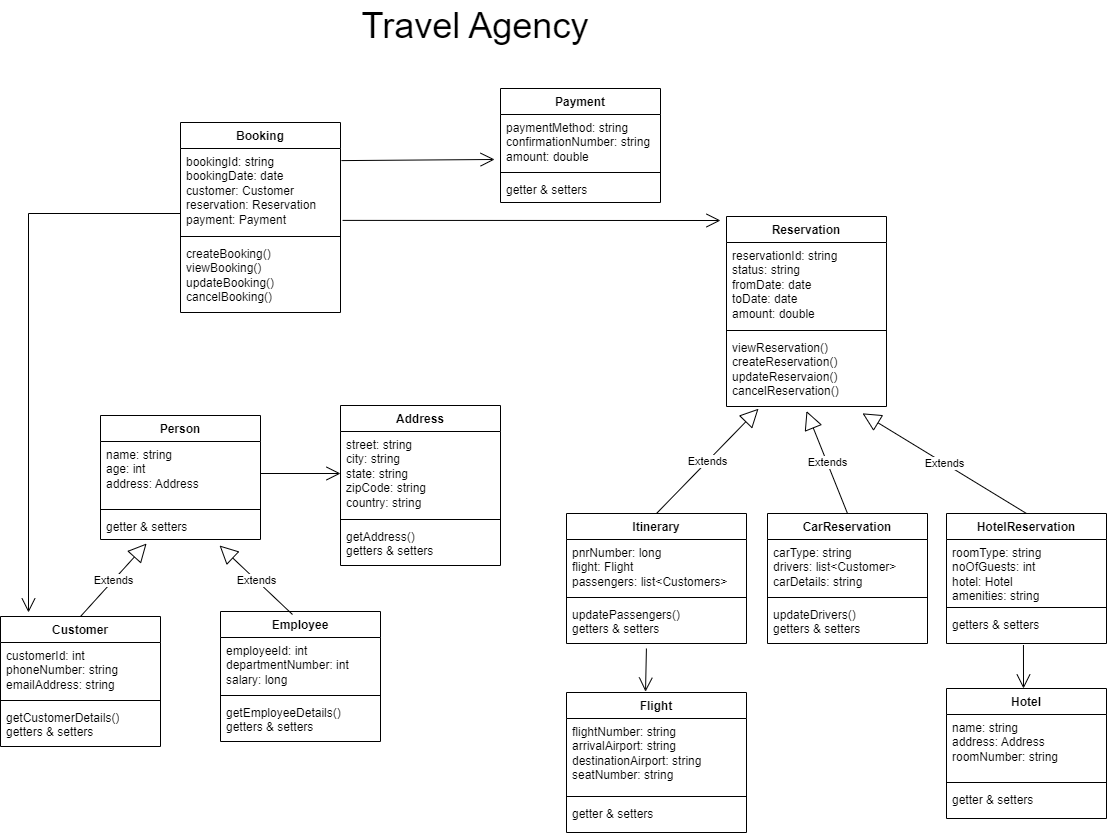
Before: TravelAgency.drawio.png, a diagram exported from draw.io (saranyag-solvd/Task-2-HW). Source tidied: cells renumbered, new cells last; positions are measured from the earlier drawing's top-left corner, leaving out a move shared by most shapes. The source it was exported from:
```xml
<mxGraphModel>
  <root>
    <mxCell id="0" />
    <mxCell id="1" parent="0" />
    <mxCell id="2" value="Person" style="swimlane;fontStyle=1;align=center;verticalAlign=top;horizontal=1;startSize=26;whiteSpace=wrap;html=1;" parent="1" vertex="1">
      <mxGeometry x="100" y="415" width="160" height="124" as="geometry" />
    </mxCell>
    <mxCell id="3" value="name: string&lt;br&gt;age: int&lt;br&gt;address: Address" style="text;strokeColor=none;fillColor=none;align=left;verticalAlign=top;spacingLeft=4;spacingRight=4;overflow=hidden;points=[[0,0.5],[1,0.5]];portConstraint=eastwest;whiteSpace=wrap;html=1;" parent="2" vertex="1">
      <mxGeometry y="26" width="160" height="64" as="geometry" />
    </mxCell>
    <mxCell id="4" style="line;strokeWidth=1;fillColor=none;align=left;verticalAlign=middle;spacingTop=-1;spacingLeft=3;spacingRight=3;labelPosition=right;strokeColor=inherit;" parent="2" vertex="1">
      <mxGeometry y="90" width="160" height="8" as="geometry" />
    </mxCell>
    <mxCell id="5" value="getter &amp;amp; setters" style="text;strokeColor=none;fillColor=none;align=left;verticalAlign=top;spacingLeft=4;spacingRight=4;overflow=hidden;points=[[0,0.5],[1,0.5]];portConstraint=eastwest;whiteSpace=wrap;html=1;" parent="2" vertex="1">
      <mxGeometry y="98" width="160" height="26" as="geometry" />
    </mxCell>
    <mxCell id="6" value="Customer" style="swimlane;fontStyle=1;align=center;verticalAlign=top;horizontal=1;startSize=26;whiteSpace=wrap;html=1;" parent="1" vertex="1">
      <mxGeometry y="616" width="160" height="130" as="geometry" />
    </mxCell>
    <mxCell id="7" value="customerId: int&lt;br&gt;phoneNumber: string&lt;br&gt;emailAddress: string" style="text;strokeColor=none;fillColor=none;align=left;verticalAlign=top;spacingLeft=4;spacingRight=4;overflow=hidden;whiteSpace=wrap;html=1;" parent="6" vertex="1">
      <mxGeometry y="26" width="160" height="54" as="geometry" />
    </mxCell>
    <mxCell id="8" style="line;strokeWidth=1;fillColor=none;align=left;verticalAlign=middle;spacingTop=-1;spacingLeft=3;spacingRight=3;labelPosition=right;strokeColor=inherit;" parent="6" vertex="1">
      <mxGeometry y="80" width="160" height="8" as="geometry" />
    </mxCell>
    <mxCell id="9" value="getCustomerDetails()&lt;br&gt;getters &amp;amp; setters" style="text;strokeColor=none;fillColor=none;align=left;verticalAlign=top;spacingLeft=4;spacingRight=4;overflow=hidden;whiteSpace=wrap;html=1;" parent="6" vertex="1">
      <mxGeometry y="88" width="160" height="42" as="geometry" />
    </mxCell>
    <mxCell id="10" value="Employee" style="swimlane;fontStyle=1;align=center;verticalAlign=top;horizontal=1;startSize=26;whiteSpace=wrap;html=1;" parent="1" vertex="1">
      <mxGeometry x="220" y="611" width="160" height="130" as="geometry" />
    </mxCell>
    <mxCell id="11" value="employeeId: int&lt;br&gt;departmentNumber: int&lt;br&gt;salary: long" style="text;strokeColor=none;fillColor=none;align=left;verticalAlign=top;spacingLeft=4;spacingRight=4;overflow=hidden;whiteSpace=wrap;html=1;" parent="10" vertex="1">
      <mxGeometry y="26" width="160" height="54" as="geometry" />
    </mxCell>
    <mxCell id="12" style="line;strokeWidth=1;fillColor=none;align=left;verticalAlign=middle;spacingTop=-1;spacingLeft=3;spacingRight=3;labelPosition=right;strokeColor=inherit;" parent="10" vertex="1">
      <mxGeometry y="80" width="160" height="8" as="geometry" />
    </mxCell>
    <mxCell id="13" value="getEmployeeDetails()&lt;br&gt;getters &amp;amp; setters" style="text;strokeColor=none;fillColor=none;align=left;verticalAlign=top;spacingLeft=4;spacingRight=4;overflow=hidden;whiteSpace=wrap;html=1;" parent="10" vertex="1">
      <mxGeometry y="88" width="160" height="42" as="geometry" />
    </mxCell>
    <mxCell id="14" value="Address" style="swimlane;fontStyle=1;align=center;verticalAlign=top;horizontal=1;startSize=26;whiteSpace=wrap;html=1;" parent="1" vertex="1">
      <mxGeometry x="340" y="405" width="160" height="160" as="geometry" />
    </mxCell>
    <mxCell id="15" value="street: string&lt;br&gt;city: string&lt;br&gt;state: string&lt;br&gt;zipCode: string&lt;br&gt;country: string" style="text;strokeColor=none;fillColor=none;align=left;verticalAlign=top;spacingLeft=4;spacingRight=4;overflow=hidden;points=[[0,0.5],[1,0.5]];portConstraint=eastwest;whiteSpace=wrap;html=1;" parent="14" vertex="1">
      <mxGeometry y="26" width="160" height="84" as="geometry" />
    </mxCell>
    <mxCell id="16" style="line;strokeWidth=1;fillColor=none;align=left;verticalAlign=middle;spacingTop=-1;spacingLeft=3;spacingRight=3;labelPosition=right;strokeColor=inherit;" parent="14" vertex="1">
      <mxGeometry y="110" width="160" height="8" as="geometry" />
    </mxCell>
    <mxCell id="17" value="getAddress()&lt;br&gt;getters &amp;amp; setters" style="text;strokeColor=none;fillColor=none;align=left;verticalAlign=top;spacingLeft=4;spacingRight=4;overflow=hidden;whiteSpace=wrap;html=1;" parent="14" vertex="1">
      <mxGeometry y="118" width="160" height="42" as="geometry" />
    </mxCell>
    <mxCell id="18" value="Booking" style="swimlane;fontStyle=1;align=center;verticalAlign=top;horizontal=1;startSize=26;whiteSpace=wrap;html=1;" parent="1" vertex="1">
      <mxGeometry x="180" y="122" width="160" height="190" as="geometry" />
    </mxCell>
    <mxCell id="19" value="bookingId: string&lt;br&gt;bookingDate: date&lt;br&gt;customer: Customer&lt;br&gt;reservation: Reservation&lt;br&gt;payment: Payment" style="text;strokeColor=none;fillColor=none;align=left;verticalAlign=top;spacingLeft=4;spacingRight=4;overflow=hidden;points=[[0,0.5],[1,0.5]];portConstraint=eastwest;whiteSpace=wrap;html=1;" parent="18" vertex="1">
      <mxGeometry y="26" width="160" height="84" as="geometry" />
    </mxCell>
    <mxCell id="20" style="line;strokeWidth=1;fillColor=none;align=left;verticalAlign=middle;spacingTop=-1;spacingLeft=3;spacingRight=3;labelPosition=right;strokeColor=inherit;" parent="18" vertex="1">
      <mxGeometry y="110" width="160" height="8" as="geometry" />
    </mxCell>
    <mxCell id="21" value="createBooking()&lt;br&gt;viewBooking()&lt;br&gt;updateBooking()&lt;br&gt;cancelBooking()" style="text;strokeColor=none;fillColor=none;align=left;verticalAlign=top;spacingLeft=4;spacingRight=4;overflow=hidden;whiteSpace=wrap;html=1;" parent="18" vertex="1">
      <mxGeometry y="118" width="160" height="72" as="geometry" />
    </mxCell>
    <mxCell id="22" value="Itinerary" style="swimlane;fontStyle=1;align=center;verticalAlign=top;horizontal=1;startSize=26;whiteSpace=wrap;html=1;" parent="1" vertex="1">
      <mxGeometry x="566" y="513" width="180" height="130" as="geometry" />
    </mxCell>
    <mxCell id="23" value="pnrNumber: long&lt;br&gt;flight: Flight&lt;br&gt;passengers: list&amp;lt;Customers&amp;gt;" style="text;strokeColor=none;fillColor=none;align=left;verticalAlign=top;spacingLeft=4;spacingRight=4;overflow=hidden;whiteSpace=wrap;html=1;" parent="22" vertex="1">
      <mxGeometry y="26" width="180" height="54" as="geometry" />
    </mxCell>
    <mxCell id="24" style="line;strokeWidth=1;fillColor=none;align=left;verticalAlign=middle;spacingTop=-1;spacingLeft=3;spacingRight=3;labelPosition=right;strokeColor=inherit;" parent="22" vertex="1">
      <mxGeometry y="80" width="180" height="8" as="geometry" />
    </mxCell>
    <mxCell id="25" value="updatePassengers()&lt;br&gt;getters &amp;amp; setters" style="text;strokeColor=none;fillColor=none;align=left;verticalAlign=top;spacingLeft=4;spacingRight=4;overflow=hidden;points=[[0,0.5],[1,0.5]];portConstraint=eastwest;whiteSpace=wrap;html=1;" parent="22" vertex="1">
      <mxGeometry y="88" width="180" height="42" as="geometry" />
    </mxCell>
    <mxCell id="26" value="Reservation" style="swimlane;fontStyle=1;align=center;verticalAlign=top;horizontal=1;startSize=26;whiteSpace=wrap;html=1;" parent="1" vertex="1">
      <mxGeometry x="726" y="216" width="160" height="190" as="geometry" />
    </mxCell>
    <mxCell id="27" value="reservationId: string&lt;br&gt;status: string&lt;br&gt;fromDate: date&lt;br&gt;toDate: date&lt;br&gt;amount: double" style="text;strokeColor=none;fillColor=none;align=left;verticalAlign=top;spacingLeft=4;spacingRight=4;overflow=hidden;whiteSpace=wrap;html=1;" parent="26" vertex="1">
      <mxGeometry y="26" width="160" height="84" as="geometry" />
    </mxCell>
    <mxCell id="28" style="line;strokeWidth=1;fillColor=none;align=left;verticalAlign=middle;spacingTop=-1;spacingLeft=3;spacingRight=3;labelPosition=right;strokeColor=inherit;" parent="26" vertex="1">
      <mxGeometry y="110" width="160" height="8" as="geometry" />
    </mxCell>
    <mxCell id="29" value="viewReservation()&lt;br&gt;createReservation()&lt;br&gt;updateReservaion()&lt;br&gt;cancelReservation()" style="text;strokeColor=none;fillColor=none;align=left;verticalAlign=top;spacingLeft=4;spacingRight=4;overflow=hidden;points=[[0,0.5],[1,0.5]];portConstraint=eastwest;whiteSpace=wrap;html=1;" parent="26" vertex="1">
      <mxGeometry y="118" width="160" height="72" as="geometry" />
    </mxCell>
    <mxCell id="30" value="Payment" style="swimlane;fontStyle=1;align=center;verticalAlign=top;horizontal=1;startSize=26;whiteSpace=wrap;html=1;" parent="1" vertex="1">
      <mxGeometry x="500" y="88" width="160" height="114" as="geometry" />
    </mxCell>
    <mxCell id="31" value="paymentMethod: string&lt;br&gt;confirmationNumber: string&lt;br&gt;amount: double" style="text;strokeColor=none;fillColor=none;align=left;verticalAlign=top;spacingLeft=4;spacingRight=4;overflow=hidden;points=[[0,0.5],[1,0.5]];portConstraint=eastwest;whiteSpace=wrap;html=1;" parent="30" vertex="1">
      <mxGeometry y="26" width="160" height="54" as="geometry" />
    </mxCell>
    <mxCell id="32" style="line;strokeWidth=1;fillColor=none;align=left;verticalAlign=middle;spacingTop=-1;spacingLeft=3;spacingRight=3;labelPosition=right;strokeColor=inherit;" parent="30" vertex="1">
      <mxGeometry y="80" width="160" height="8" as="geometry" />
    </mxCell>
    <mxCell id="33" value="getter &amp;amp; setters" style="text;strokeColor=none;fillColor=none;align=left;verticalAlign=top;spacingLeft=4;spacingRight=4;overflow=hidden;whiteSpace=wrap;html=1;" parent="30" vertex="1">
      <mxGeometry y="88" width="160" height="26" as="geometry" />
    </mxCell>
    <mxCell id="34" value="Flight" style="swimlane;fontStyle=1;align=center;verticalAlign=top;horizontal=1;startSize=26;whiteSpace=wrap;html=1;" parent="1" vertex="1">
      <mxGeometry x="566" y="692" width="180" height="140" as="geometry" />
    </mxCell>
    <mxCell id="35" value="flightNumber: string&lt;br&gt;arrivalAirport: string&lt;br&gt;destinationAirport: string&lt;br&gt;seatNumber: string" style="text;strokeColor=none;fillColor=none;align=left;verticalAlign=top;spacingLeft=4;spacingRight=4;overflow=hidden;whiteSpace=wrap;html=1;" parent="34" vertex="1">
      <mxGeometry y="26" width="180" height="74" as="geometry" />
    </mxCell>
    <mxCell id="36" style="line;strokeWidth=1;fillColor=none;align=left;verticalAlign=middle;spacingTop=-1;spacingLeft=3;spacingRight=3;labelPosition=right;strokeColor=inherit;" parent="34" vertex="1">
      <mxGeometry y="100" width="180" height="8" as="geometry" />
    </mxCell>
    <mxCell id="37" value="getter &amp;amp; setters" style="text;strokeColor=none;fillColor=none;align=left;verticalAlign=top;spacingLeft=4;spacingRight=4;overflow=hidden;whiteSpace=wrap;html=1;" parent="34" vertex="1">
      <mxGeometry y="108" width="180" height="32" as="geometry" />
    </mxCell>
    <mxCell id="38" value="CarReservation" style="swimlane;fontStyle=1;align=center;verticalAlign=top;horizontal=1;startSize=26;whiteSpace=wrap;html=1;" parent="1" vertex="1">
      <mxGeometry x="767" y="513" width="160" height="130" as="geometry" />
    </mxCell>
    <mxCell id="39" value="carType: string&lt;br&gt;drivers: list&amp;lt;Customer&amp;gt;&lt;br&gt;carDetails: string" style="text;strokeColor=none;fillColor=none;align=left;verticalAlign=top;spacingLeft=4;spacingRight=4;overflow=hidden;whiteSpace=wrap;html=1;" parent="38" vertex="1">
      <mxGeometry y="26" width="160" height="54" as="geometry" />
    </mxCell>
    <mxCell id="40" style="line;strokeWidth=1;fillColor=none;align=left;verticalAlign=middle;spacingTop=-1;spacingLeft=3;spacingRight=3;labelPosition=right;strokeColor=inherit;" parent="38" vertex="1">
      <mxGeometry y="80" width="160" height="8" as="geometry" />
    </mxCell>
    <mxCell id="41" value="updateDrivers()&lt;br&gt;getters &amp;amp; setters" style="text;strokeColor=none;fillColor=none;align=left;verticalAlign=top;spacingLeft=4;spacingRight=4;overflow=hidden;whiteSpace=wrap;html=1;" parent="38" vertex="1">
      <mxGeometry y="88" width="160" height="42" as="geometry" />
    </mxCell>
    <mxCell id="42" value="HotelReservation" style="swimlane;fontStyle=1;align=center;verticalAlign=top;horizontal=1;startSize=26;whiteSpace=wrap;html=1;" parent="1" vertex="1">
      <mxGeometry x="946" y="513" width="160" height="130" as="geometry" />
    </mxCell>
    <mxCell id="43" value="roomType: string&lt;br&gt;noOfGuests: int&lt;br&gt;hotel: Hotel&lt;br&gt;amenities: string" style="text;strokeColor=none;fillColor=none;align=left;verticalAlign=top;spacingLeft=4;spacingRight=4;overflow=hidden;whiteSpace=wrap;html=1;" parent="42" vertex="1">
      <mxGeometry y="26" width="160" height="64" as="geometry" />
    </mxCell>
    <mxCell id="44" style="line;strokeWidth=1;fillColor=none;align=left;verticalAlign=middle;spacingTop=-1;spacingLeft=3;spacingRight=3;labelPosition=right;strokeColor=inherit;" parent="42" vertex="1">
      <mxGeometry y="90" width="160" height="8" as="geometry" />
    </mxCell>
    <mxCell id="45" value="getters &amp;amp; setters" style="text;strokeColor=none;fillColor=none;align=left;verticalAlign=top;spacingLeft=4;spacingRight=4;overflow=hidden;points=[[0,0.5],[1,0.5]];portConstraint=eastwest;whiteSpace=wrap;html=1;" parent="42" vertex="1">
      <mxGeometry y="98" width="160" height="32" as="geometry" />
    </mxCell>
    <mxCell id="46" value="Hotel" style="swimlane;fontStyle=1;align=center;verticalAlign=top;horizontal=1;startSize=26;whiteSpace=wrap;html=1;" parent="1" vertex="1">
      <mxGeometry x="946" y="688" width="160" height="130" as="geometry" />
    </mxCell>
    <mxCell id="47" value="name: string&lt;br&gt;address: Address&lt;br&gt;roomNumber: string" style="text;strokeColor=none;fillColor=none;align=left;verticalAlign=top;spacingLeft=4;spacingRight=4;overflow=hidden;whiteSpace=wrap;html=1;" parent="46" vertex="1">
      <mxGeometry y="26" width="160" height="64" as="geometry" />
    </mxCell>
    <mxCell id="48" style="line;strokeWidth=1;fillColor=none;align=left;verticalAlign=middle;spacingTop=-1;spacingLeft=3;spacingRight=3;labelPosition=right;strokeColor=inherit;" parent="46" vertex="1">
      <mxGeometry y="90" width="160" height="8" as="geometry" />
    </mxCell>
    <mxCell id="49" value="getter &amp;amp; setters" style="text;strokeColor=none;fillColor=none;align=left;verticalAlign=top;spacingLeft=4;spacingRight=4;overflow=hidden;whiteSpace=wrap;html=1;" parent="46" vertex="1">
      <mxGeometry y="98" width="160" height="32" as="geometry" />
    </mxCell>
    <mxCell id="50" style="endArrow=open;endFill=1;endSize=12;html=1;rounded=0;exitX=1;exitY=0.5;exitDx=0;exitDy=0;entryX=0;entryY=0.5;entryDx=0;entryDy=0;" parent="1" edge="1" source="3" target="15">
      <mxGeometry relative="1" as="geometry" />
    </mxCell>
    <mxCell id="51" style="endArrow=open;endFill=1;endSize=12;html=1;rounded=0;exitX=1.006;exitY=0.144;exitDx=0;exitDy=0;exitPerimeter=0;entryX=-0.037;entryY=0.833;entryDx=0;entryDy=0;entryPerimeter=0;" parent="1" edge="1" source="19" target="31">
      <mxGeometry relative="1" as="geometry" />
    </mxCell>
    <mxCell id="52" style="endArrow=open;endFill=1;endSize=12;html=1;rounded=0;exitX=1.013;exitY=0.856;exitDx=0;exitDy=0;exitPerimeter=0;" parent="1" edge="1" source="19">
      <mxGeometry relative="1" as="geometry">
        <mxPoint x="720" y="220" as="targetPoint" />
      </mxGeometry>
    </mxCell>
    <mxCell id="53" style="endArrow=open;endFill=1;endSize=12;html=1;rounded=0;entryX=0.175;entryY=-0.031;entryDx=0;entryDy=0;entryPerimeter=0;" parent="1" edge="1" target="6">
      <mxGeometry relative="1" as="geometry">
        <mxPoint x="180" y="213" as="sourcePoint" />
        <Array as="points">
          <mxPoint x="28" y="213" />
        </Array>
      </mxGeometry>
    </mxCell>
    <mxCell id="54" value="Extends" style="endArrow=block;endSize=16;endFill=0;html=1;rounded=0;exitX=0.5;exitY=0;exitDx=0;exitDy=0;entryX=0.288;entryY=1.154;entryDx=0;entryDy=0;entryPerimeter=0;" parent="1" edge="1" source="6" target="5">
      <mxGeometry relative="1" as="geometry" />
    </mxCell>
    <mxCell id="55" value="Extends" style="endArrow=block;endSize=16;endFill=0;html=1;rounded=0;entryX=0.744;entryY=1.231;entryDx=0;entryDy=0;entryPerimeter=0;" parent="1" edge="1" target="5">
      <mxGeometry relative="1" as="geometry">
        <mxPoint x="292" y="614" as="sourcePoint" />
      </mxGeometry>
    </mxCell>
    <mxCell id="56" style="endArrow=open;endFill=1;endSize=12;html=1;rounded=0;exitX=0.444;exitY=1.119;exitDx=0;exitDy=0;entryX=0.439;entryY=-0.006;entryDx=0;entryDy=0;entryPerimeter=0;exitPerimeter=0;" parent="1" edge="1" source="25" target="34">
      <mxGeometry relative="1" as="geometry" />
    </mxCell>
    <mxCell id="57" style="endArrow=open;endFill=1;endSize=12;html=1;rounded=0;exitX=0.481;exitY=1.047;exitDx=0;exitDy=0;exitPerimeter=0;" parent="1" edge="1" source="45">
      <mxGeometry relative="1" as="geometry">
        <mxPoint x="1023" y="688" as="targetPoint" />
      </mxGeometry>
    </mxCell>
    <mxCell id="58" value="Extends" style="endArrow=block;endSize=16;endFill=0;html=1;rounded=0;exitX=0.5;exitY=0;exitDx=0;exitDy=0;entryX=0.2;entryY=1.031;entryDx=0;entryDy=0;entryPerimeter=0;" parent="1" edge="1" source="22" target="29">
      <mxGeometry relative="1" as="geometry" />
    </mxCell>
    <mxCell id="59" value="Extends" style="endArrow=block;endSize=16;endFill=0;html=1;rounded=0;exitX=0.5;exitY=0;exitDx=0;exitDy=0;entryX=0.5;entryY=1.063;entryDx=0;entryDy=0;entryPerimeter=0;" parent="1" edge="1" source="38" target="29">
      <mxGeometry relative="1" as="geometry" />
    </mxCell>
    <mxCell id="60" value="Extends" style="endArrow=block;endSize=16;endFill=0;html=1;rounded=0;entryX=0.85;entryY=1.095;entryDx=0;entryDy=0;entryPerimeter=0;exitX=0.5;exitY=0;exitDx=0;exitDy=0;" parent="1" edge="1" source="42" target="29">
      <mxGeometry relative="1" as="geometry" />
    </mxCell>
    <mxCell id="61" value="&lt;font style=&quot;font-size: 36px;&quot;&gt;Travel Agency&lt;/font&gt;" style="text;strokeColor=none;align=center;fillColor=none;html=1;verticalAlign=middle;whiteSpace=wrap;rounded=0;" parent="1" vertex="1">
      <mxGeometry x="300" width="350" height="50" as="geometry" />
    </mxCell>
  </root>
</mxGraphModel>
```
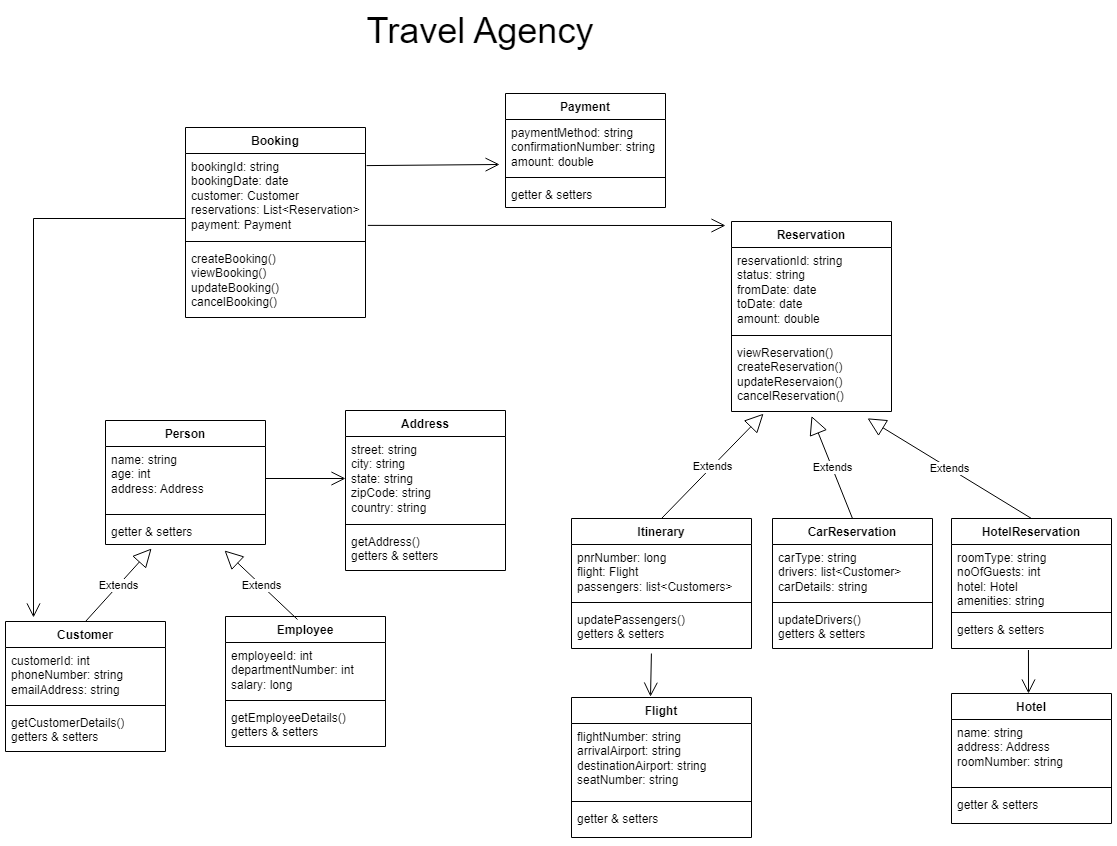
Later version of the same file.

Commit message:
Update class diagram

What changed in the source:
```diff
@@ -51,16 +51,16 @@
       <mxGeometry y="118" width="160" height="42" as="geometry" />
     </mxCell>
     <mxCell id="18" value="Booking" style="swimlane;fontStyle=1;align=center;verticalAlign=top;horizontal=1;startSize=26;whiteSpace=wrap;html=1;" parent="1" vertex="1">
-      <mxGeometry x="180" y="122" width="160" height="190" as="geometry" />
+      <mxGeometry x="180" y="122" width="180" height="190" as="geometry" />
     </mxCell>
-    <mxCell id="19" value="bookingId: string&lt;br&gt;bookingDate: date&lt;br&gt;customer: Customer&lt;br&gt;reservation: Reservation&lt;br&gt;payment: Payment" style="text;strokeColor=none;fillColor=none;align=left;verticalAlign=top;spacingLeft=4;spacingRight=4;overflow=hidden;points=[[0,0.5],[1,0.5]];portConstraint=eastwest;whiteSpace=wrap;html=1;" parent="18" vertex="1">
-      <mxGeometry y="26" width="160" height="84" as="geometry" />
+    <mxCell id="19" value="bookingId: string&lt;br&gt;bookingDate: date&lt;br&gt;customer: Customer&lt;br&gt;reservations: List&amp;lt;Reservation&amp;gt;&lt;br&gt;payment: Payment" style="text;strokeColor=none;fillColor=none;align=left;verticalAlign=top;spacingLeft=4;spacingRight=4;overflow=hidden;points=[[0,0.5],[1,0.5]];portConstraint=eastwest;whiteSpace=wrap;html=1;" parent="18" vertex="1">
+      <mxGeometry y="26" width="180" height="84" as="geometry" />
     </mxCell>
     <mxCell id="20" style="line;strokeWidth=1;fillColor=none;align=left;verticalAlign=middle;spacingTop=-1;spacingLeft=3;spacingRight=3;labelPosition=right;strokeColor=inherit;" parent="18" vertex="1">
-      <mxGeometry y="110" width="160" height="8" as="geometry" />
+      <mxGeometry y="110" width="180" height="8" as="geometry" />
     </mxCell>
     <mxCell id="21" value="createBooking()&lt;br&gt;viewBooking()&lt;br&gt;updateBooking()&lt;br&gt;cancelBooking()" style="text;strokeColor=none;fillColor=none;align=left;verticalAlign=top;spacingLeft=4;spacingRight=4;overflow=hidden;whiteSpace=wrap;html=1;" parent="18" vertex="1">
-      <mxGeometry y="118" width="160" height="72" as="geometry" />
+      <mxGeometry y="118" width="180" height="72" as="geometry" />
     </mxCell>
     <mxCell id="22" value="Itinerary" style="swimlane;fontStyle=1;align=center;verticalAlign=top;horizontal=1;startSize=26;whiteSpace=wrap;html=1;" parent="1" vertex="1">
       <mxGeometry x="566" y="513" width="180" height="130" as="geometry" />
```
